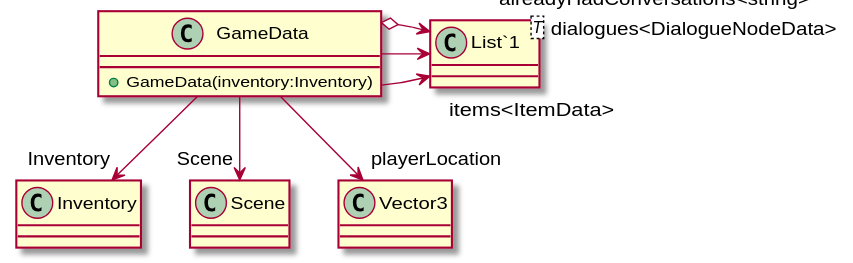
Above: UML/SaveAndLoad/Data/GameData.svg in robinsuurs/Mallow_Mysterie (PlantUML), before the change.
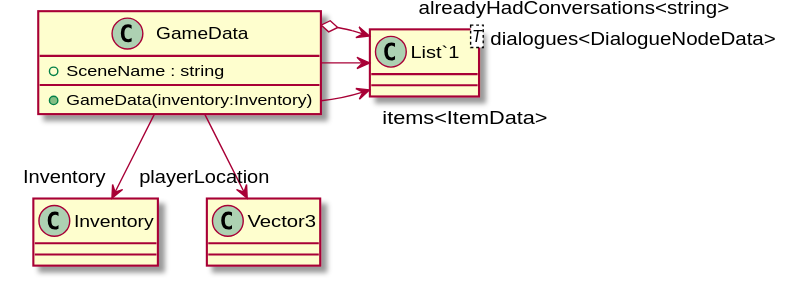
The same file after the commit.

Diff of the diagram source:
```diff
@@ -1,12 +1,12 @@
 @startuml
 class GameData {
+    + SceneName : string
     + GameData(inventory:Inventory)
 }
 class "List`1"<T> {
 }
 GameData --> "items<ItemData>" "List`1"
 GameData --> "Inventory" Inventory
-GameData --> "Scene" Scene
 GameData --> "playerLocation" Vector3
 GameData --> "dialogues<DialogueNodeData>" "List`1"
 GameData o-> "alreadyHadConversations<string>" "List`1"
```
